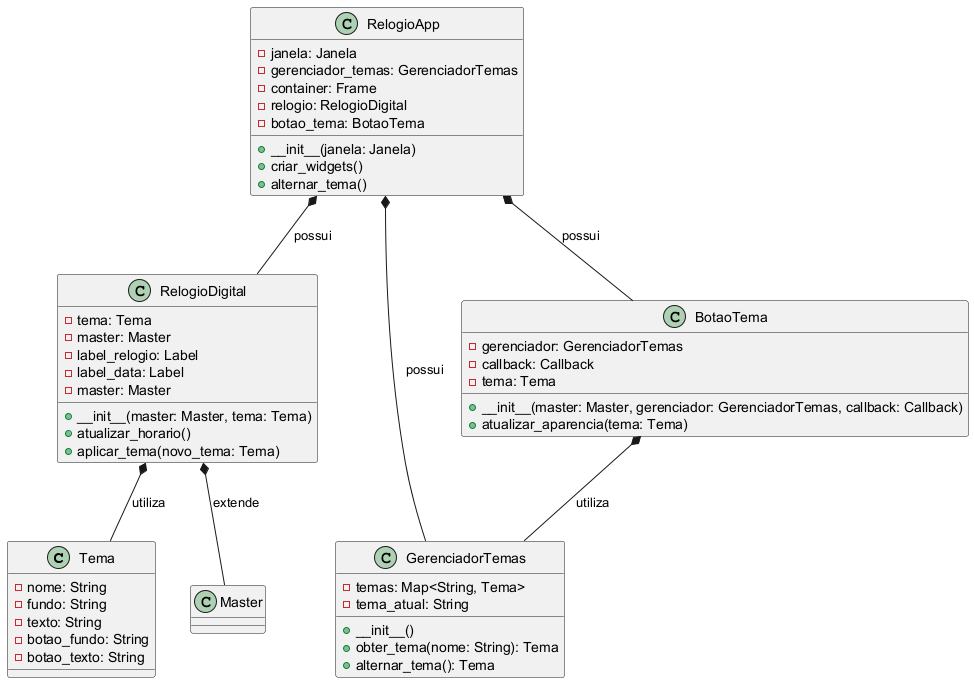
SilasTorresRocha/EngSoftware keeps this PlantUML diagram as diagrama_classes_LLAMA.png. Above is the earlier version. Its diagram source:
```plantuml
@startuml
class Tema {
    - nome: String
    - fundo: String
    - texto: String
    - botao_fundo: String
    - botao_texto: String
}

class RelogioDigital {
    - tema: Tema
    - master: Master
    - label_relogio: Label
    - label_data: Label
    - master: Master

    + __init__(master: Master, tema: Tema)
    + atualizar_horario()
    + aplicar_tema(novo_tema: Tema)
}

class GerenciadorTemas {
    - temas: Map<String, Tema>
    - tema_atual: String

    + __init__()
    + obter_tema(nome: String): Tema
    + alternar_tema(): Tema
}

class BotaoTema {
    - gerenciador: GerenciadorTemas
    - callback: Callback
    - tema: Tema

    + __init__(master: Master, gerenciador: GerenciadorTemas, callback: Callback)
    + atualizar_aparencia(tema: Tema)
}

class RelogioApp {
    - janela: Janela
    - gerenciador_temas: GerenciadorTemas
    - container: Frame
    - relogio: RelogioDigital
    - botao_tema: BotaoTema

    + __init__(janela: Janela)
    + criar_widgets()
    + alternar_tema()
}

RelogioDigital *-- Tema : utiliza
RelogioDigital *-- Master : extende
BotaoTema *-- GerenciadorTemas : utiliza
RelogioApp *-- GerenciadorTemas : possui
RelogioApp *-- RelogioDigital : possui
RelogioApp *-- BotaoTema : possui
@enduml
```
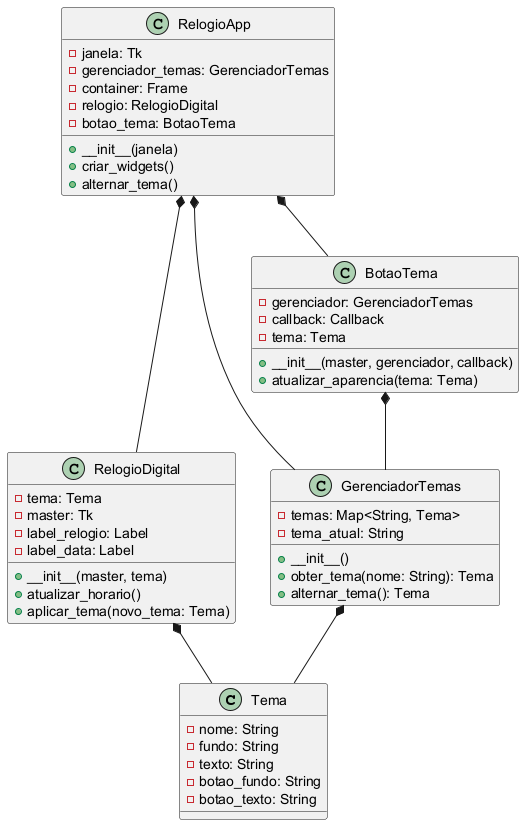
Above is the later version.

Diff of the diagram source:
```diff
@@ -9,12 +9,11 @@
 
 class RelogioDigital {
     - tema: Tema
-    - master: Master
+    - master: Tk
     - label_relogio: Label
     - label_data: Label
-    - master: Master
 
-    + __init__(master: Master, tema: Tema)
+    + __init__(master, tema)
     + atualizar_horario()
     + aplicar_tema(novo_tema: Tema)
 }
@@ -33,26 +32,27 @@
     - callback: Callback
     - tema: Tema
 
-    + __init__(master: Master, gerenciador: GerenciadorTemas, callback: Callback)
+    + __init__(master, gerenciador, callback)
     + atualizar_aparencia(tema: Tema)
 }
 
 class RelogioApp {
-    - janela: Janela
+    - janela: Tk
     - gerenciador_temas: GerenciadorTemas
     - container: Frame
     - relogio: RelogioDigital
     - botao_tema: BotaoTema
 
-    + __init__(janela: Janela)
+    + __init__(janela)
     + criar_widgets()
     + alternar_tema()
 }
 
-RelogioDigital *-- Tema : utiliza
-RelogioDigital *-- Master : extende
-BotaoTema *-- GerenciadorTemas : utiliza
-RelogioApp *-- GerenciadorTemas : possui
-RelogioApp *-- RelogioDigital : possui
-RelogioApp *-- BotaoTema : possui
+RelogioDigital *-- Tema
+GerenciadorTemas *-- Tema
+BotaoTema *-- GerenciadorTemas
+RelogioApp *-- RelogioDigital
+RelogioApp *-- BotaoTema
+RelogioApp *-- GerenciadorTemas
+
 @enduml
```
